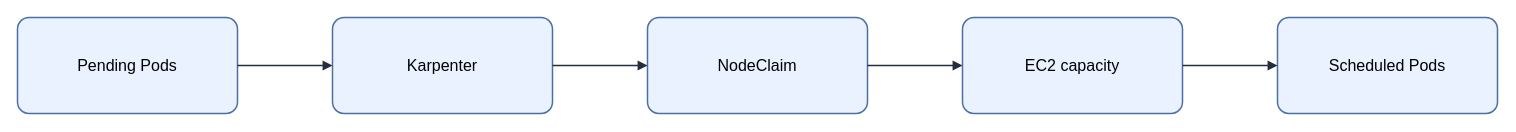
KKamJi98/kkamji98.github.io keeps this draw.io diagram as assets/img/kubernetes/karpenter-provisioning-flow.drawio. Above is the earlier version. Source tidied: cells renumbered, new cells numbered last; positions are measured from the earlier drawing's top-left corner, leaving out a move shared by most shapes. Both pictures are drawn from the tidied source at 100%, with x=0, y=0 at pixel (17, 17).
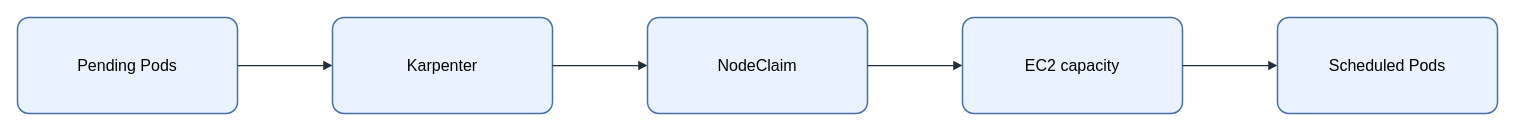
The same diagram, later.

What changed in the source:
```diff
@@
 <mxGraphModel background="#FFFFFF">
   <root>
     <mxCell id="0" />
     <mxCell id="1" parent="0" />
-    <mxCell id="2" value="&lt;font style=&quot;color: rgb(0, 0, 0);&quot;&gt;Pending Pods&lt;/font&gt;" style="rounded=1;arcSize=12;whiteSpace=wrap;html=1;fillColor=#EAF2FF;strokeColor=#4A6FA5;strokeWidth=1.5;fontColor=#000000;fontSize=16;align=center;verticalAlign=middle;spacing=8;shadow=0;" parent="1" vertex="1">
+    <mxCell id="2" value="Pending Pods" style="rounded=1;arcSize=12;whiteSpace=wrap;html=0;fillColor=#EAF2FF;strokeColor=#4A6FA5;strokeWidth=1.5;fontColor=#000000;fontSize=16;align=center;verticalAlign=middle;spacing=8;shadow=0;" parent="1" vertex="1">
       <mxGeometry width="220" height="96" as="geometry" />
     </mxCell>
-    <mxCell id="3" value="&lt;font style=&quot;color: rgb(0, 0, 0);&quot;&gt;Karpenter&lt;/font&gt;" style="rounded=1;arcSize=12;whiteSpace=wrap;html=1;fillColor=#EAF2FF;strokeColor=#4A6FA5;strokeWidth=1.5;fontColor=#000000;fontSize=16;align=center;verticalAlign=middle;spacing=8;shadow=0;" parent="1" vertex="1">
+    <mxCell id="3" value="Karpenter" style="rounded=1;arcSize=12;whiteSpace=wrap;html=0;fillColor=#EAF2FF;strokeColor=#4A6FA5;strokeWidth=1.5;fontColor=#000000;fontSize=16;align=center;verticalAlign=middle;spacing=8;shadow=0;" parent="1" vertex="1">
       <mxGeometry x="315" width="220" height="96" as="geometry" />
     </mxCell>
-    <mxCell id="4" value="&lt;font style=&quot;color: rgb(0, 0, 0);&quot;&gt;NodeClaim&lt;/font&gt;" style="rounded=1;arcSize=12;whiteSpace=wrap;html=1;fillColor=#EAF2FF;strokeColor=#4A6FA5;strokeWidth=1.5;fontColor=#000000;fontSize=16;align=center;verticalAlign=middle;spacing=8;shadow=0;" parent="1" vertex="1">
+    <mxCell id="4" value="NodeClaim" style="rounded=1;arcSize=12;whiteSpace=wrap;html=0;fillColor=#EAF2FF;strokeColor=#4A6FA5;strokeWidth=1.5;fontColor=#000000;fontSize=16;align=center;verticalAlign=middle;spacing=8;shadow=0;" parent="1" vertex="1">
       <mxGeometry x="630" width="220" height="96" as="geometry" />
     </mxCell>
-    <mxCell id="5" value="&lt;font style=&quot;color: rgb(0, 0, 0);&quot;&gt;EC2 capacity&lt;/font&gt;" style="rounded=1;arcSize=12;whiteSpace=wrap;html=1;fillColor=#EAF2FF;strokeColor=#4A6FA5;strokeWidth=1.5;fontColor=#000000;fontSize=16;align=center;verticalAlign=middle;spacing=8;shadow=0;" parent="1" vertex="1">
+    <mxCell id="5" value="EC2 capacity" style="rounded=1;arcSize=12;whiteSpace=wrap;html=0;fillColor=#EAF2FF;strokeColor=#4A6FA5;strokeWidth=1.5;fontColor=#000000;fontSize=16;align=center;verticalAlign=middle;spacing=8;shadow=0;" parent="1" vertex="1">
       <mxGeometry x="945" width="220" height="96" as="geometry" />
     </mxCell>
-    <mxCell id="6" value="&lt;font style=&quot;color: rgb(0, 0, 0);&quot;&gt;Scheduled Pods&lt;/font&gt;" style="rounded=1;arcSize=12;whiteSpace=wrap;html=1;fillColor=#EAF2FF;strokeColor=#4A6FA5;strokeWidth=1.5;fontColor=#000000;fontSize=16;align=center;verticalAlign=middle;spacing=8;shadow=0;" parent="1" vertex="1">
+    <mxCell id="6" value="Scheduled Pods" style="rounded=1;arcSize=12;whiteSpace=wrap;html=0;fillColor=#EAF2FF;strokeColor=#4A6FA5;strokeWidth=1.5;fontColor=#000000;fontSize=16;align=center;verticalAlign=middle;spacing=8;shadow=0;" parent="1" vertex="1">
       <mxGeometry x="1260" width="220" height="96" as="geometry" />
     </mxCell>
-    <mxCell id="7" style="edgeStyle=orthogonalEdgeStyle;rounded=0;jettySize=auto;html=1;endArrow=block;endFill=1;strokeColor=#232F3E;strokeWidth=1.5;fontColor=#000000;labelBackgroundColor=none;exitX=1;exitY=0.5;exitDx=0;exitDy=0;entryX=0;entryY=0.5;entryDx=0;entryDy=0;" parent="1" edge="1" source="2" target="3">
+    <mxCell id="7" style="edgeStyle=orthogonalEdgeStyle;rounded=0;jettySize=auto;html=0;endArrow=block;endFill=1;strokeColor=#232F3E;strokeWidth=1.25;fontColor=#000000;labelBackgroundColor=none;exitX=1;exitY=0.5;exitDx=0;exitDy=0;entryX=0;entryY=0.5;entryDx=0;entryDy=0;" parent="1" edge="1" source="2" target="3">
       <mxGeometry relative="1" as="geometry" />
     </mxCell>
-    <mxCell id="8" style="edgeStyle=orthogonalEdgeStyle;rounded=0;jettySize=auto;html=1;endArrow=block;endFill=1;strokeColor=#232F3E;strokeWidth=1.5;fontColor=#000000;labelBackgroundColor=none;exitX=1;exitY=0.5;exitDx=0;exitDy=0;entryX=0;entryY=0.5;entryDx=0;entryDy=0;" parent="1" edge="1" source="3" target="4">
+    <mxCell id="8" style="edgeStyle=orthogonalEdgeStyle;rounded=0;jettySize=auto;html=0;endArrow=block;endFill=1;strokeColor=#232F3E;strokeWidth=1.25;fontColor=#000000;labelBackgroundColor=none;exitX=1;exitY=0.5;exitDx=0;exitDy=0;entryX=0;entryY=0.5;entryDx=0;entryDy=0;" parent="1" edge="1" source="3" target="4">
       <mxGeometry relative="1" as="geometry" />
     </mxCell>
-    <mxCell id="9" style="edgeStyle=orthogonalEdgeStyle;rounded=0;jettySize=auto;html=1;endArrow=block;endFill=1;strokeColor=#232F3E;strokeWidth=1.5;fontColor=#000000;labelBackgroundColor=none;exitX=1;exitY=0.5;exitDx=0;exitDy=0;entryX=0;entryY=0.5;entryDx=0;entryDy=0;" parent="1" edge="1" source="4" target="5">
+    <mxCell id="9" style="edgeStyle=orthogonalEdgeStyle;rounded=0;jettySize=auto;html=0;endArrow=block;endFill=1;strokeColor=#232F3E;strokeWidth=1.25;fontColor=#000000;labelBackgroundColor=none;exitX=1;exitY=0.5;exitDx=0;exitDy=0;entryX=0;entryY=0.5;entryDx=0;entryDy=0;" parent="1" edge="1" source="4" target="5">
       <mxGeometry relative="1" as="geometry" />
     </mxCell>
-    <mxCell id="10" style="edgeStyle=orthogonalEdgeStyle;rounded=0;jettySize=auto;html=1;endArrow=block;endFill=1;strokeColor=#232F3E;strokeWidth=1.5;fontColor=#000000;labelBackgroundColor=none;exitX=1;exitY=0.5;exitDx=0;exitDy=0;entryX=0;entryY=0.5;entryDx=0;entryDy=0;" parent="1" edge="1" source="5" target="6">
+    <mxCell id="10" style="edgeStyle=orthogonalEdgeStyle;rounded=0;jettySize=auto;html=0;endArrow=block;endFill=1;strokeColor=#232F3E;strokeWidth=1.25;fontColor=#000000;labelBackgroundColor=none;exitX=1;exitY=0.5;exitDx=0;exitDy=0;entryX=0;entryY=0.5;entryDx=0;entryDy=0;" parent="1" edge="1" source="5" target="6">
       <mxGeometry relative="1" as="geometry" />
     </mxCell>
   </root>
 </mxGraphModel>
```
